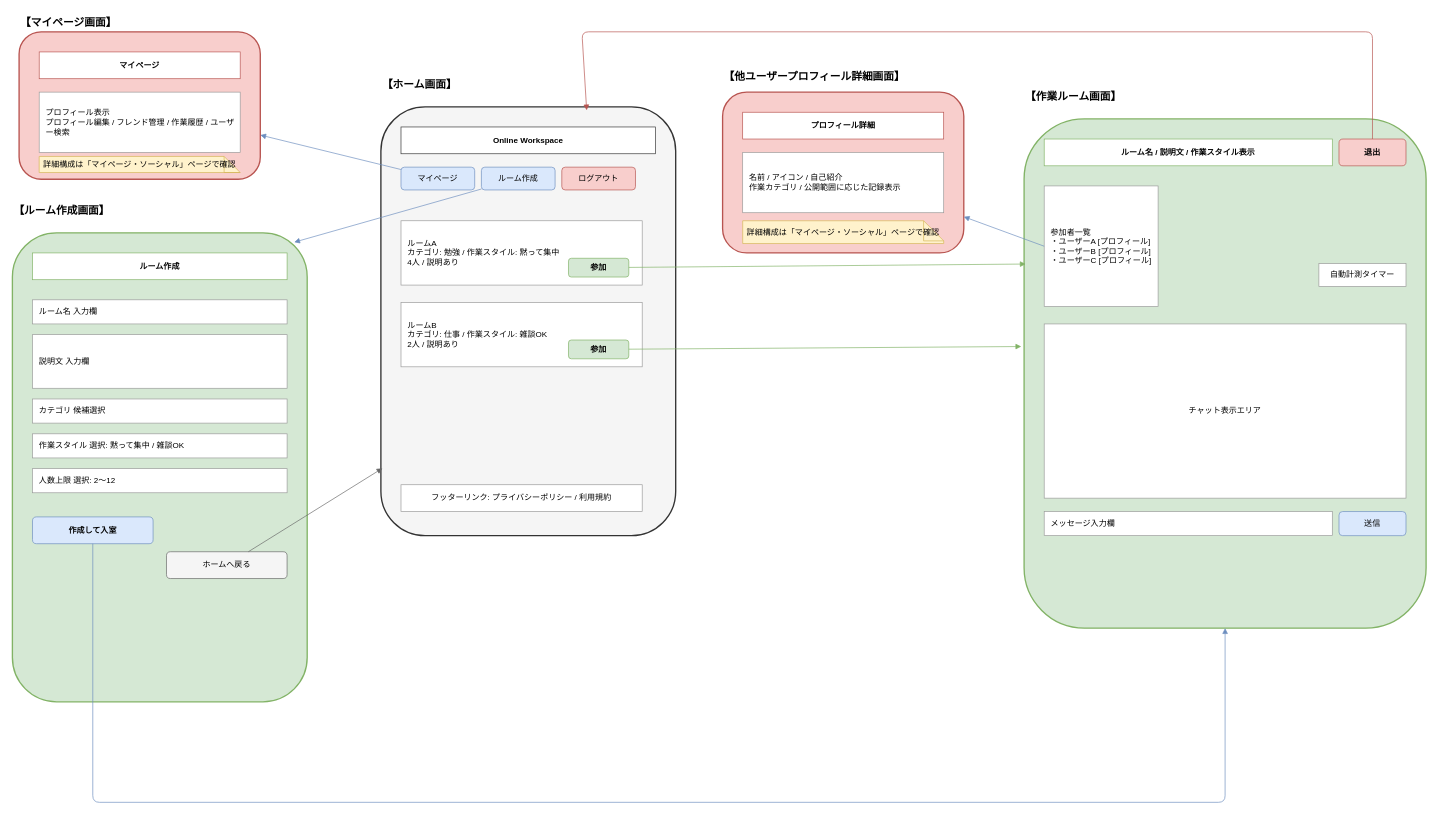
Above: page "ホーム・ルーム" (2 of 4) of docs/screen_wireframe.drawio in yuu-ux/online-workspace (draw.io), before the change. Source tidied: cells renumbered, new cells numbered last; positions are measured from the earlier drawing's top-left corner, leaving out a move shared by most shapes. Both pictures are drawn from the tidied source at 67%, with x=0, y=0 at pixel (12, 11).
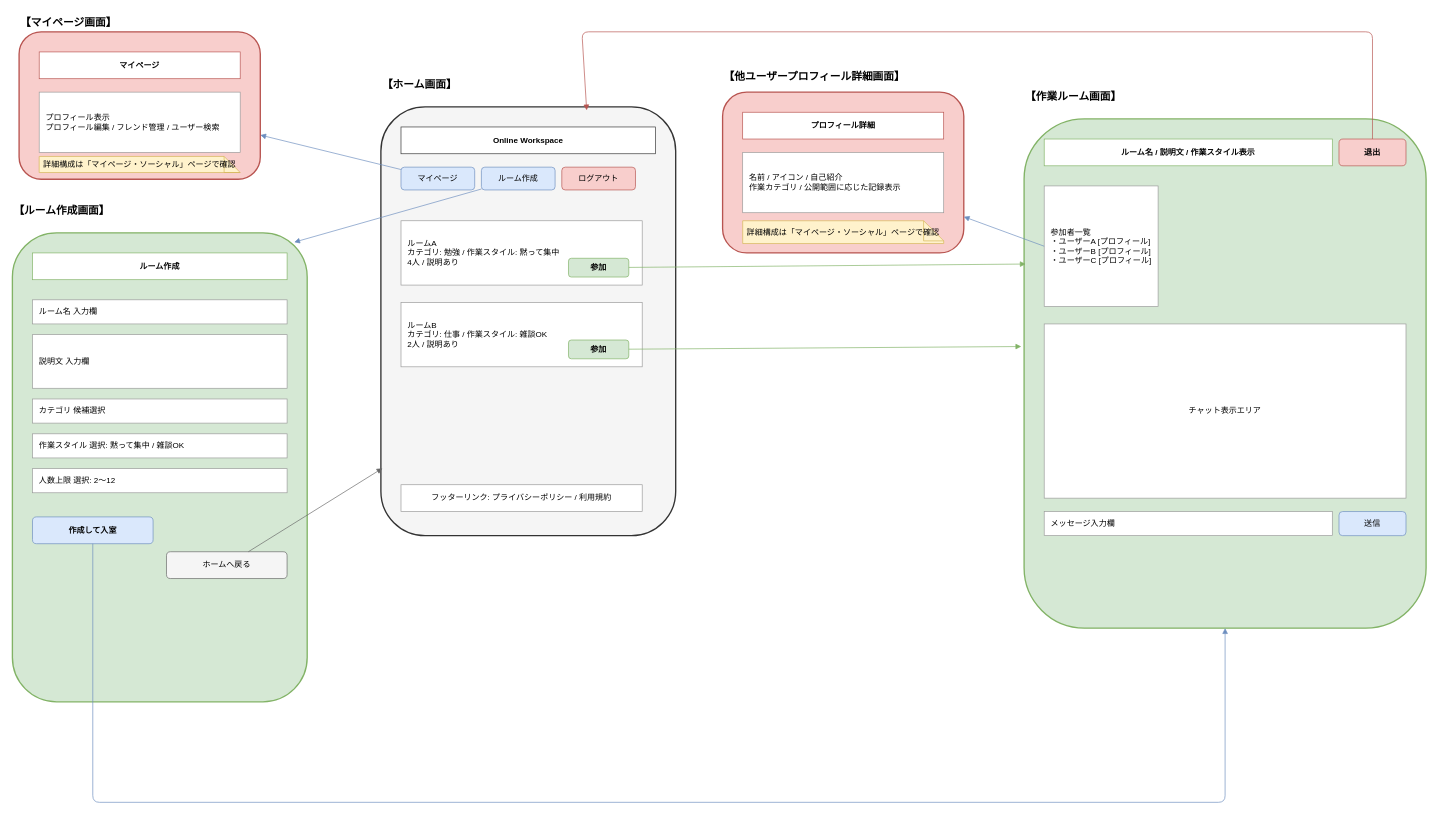
The same diagram, later.

What changed in the source:
```diff
@@
-    <mxCell id="28" value="自動計測タイマー" style="rounded=0;whiteSpace=wrap;html=1;fillColor=#ffffff;strokeColor=#999999;" parent="1" vertex="1">
-      <mxGeometry x="1950" y="376" width="130" height="34" as="geometry" />
-    </mxCell>
@@
-    <mxCell id="40" value="プロフィール表示&#10;プロフィール編集 / フレンド管理 / 作業履歴 / ユーザー検索" style="rounded=0;whiteSpace=wrap;html=1;fillColor=#ffffff;strokeColor=#999999;align=left;spacingLeft=8;" parent="1" vertex="1">
+    <mxCell id="40" value="プロフィール表示&#10;プロフィール編集 / フレンド管理 / ユーザー検索" style="rounded=0;whiteSpace=wrap;html=1;fillColor=#ffffff;strokeColor=#999999;align=left;spacingLeft=8;" parent="1" vertex="1">
       <mxGeometry x="40" y="120" width="300" height="90" as="geometry" />
     </mxCell>
```
